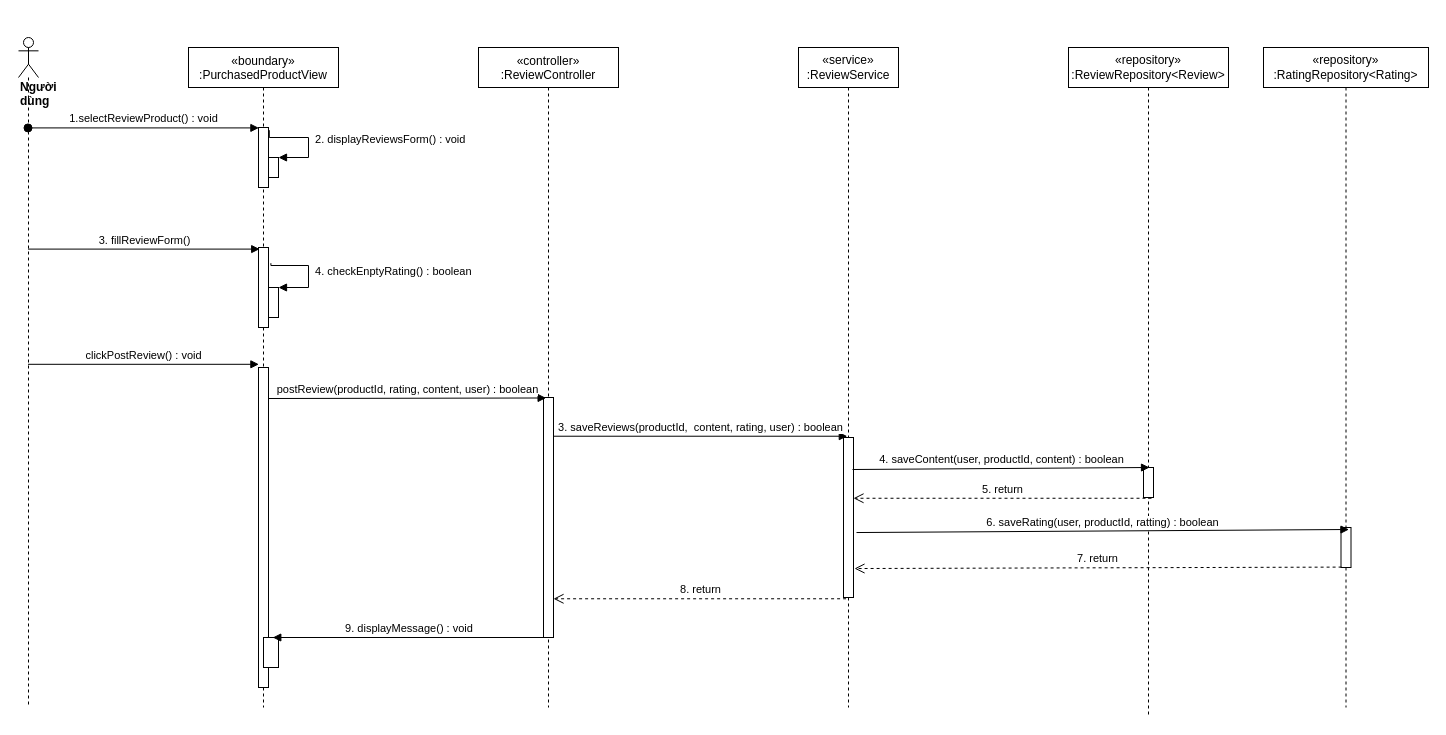
Before: sequence diagram/reviews-product-sequence.drawio in nguyenphamvan/datn_20202, a draw.io diagram. Source tidied: cells renumbered, new cells numbered last; positions are measured from the earlier drawing's top-left corner, leaving out a move shared by most shapes. Both pictures are drawn from the tidied source at 100%, with x=0, y=0 at pixel (18, 37).
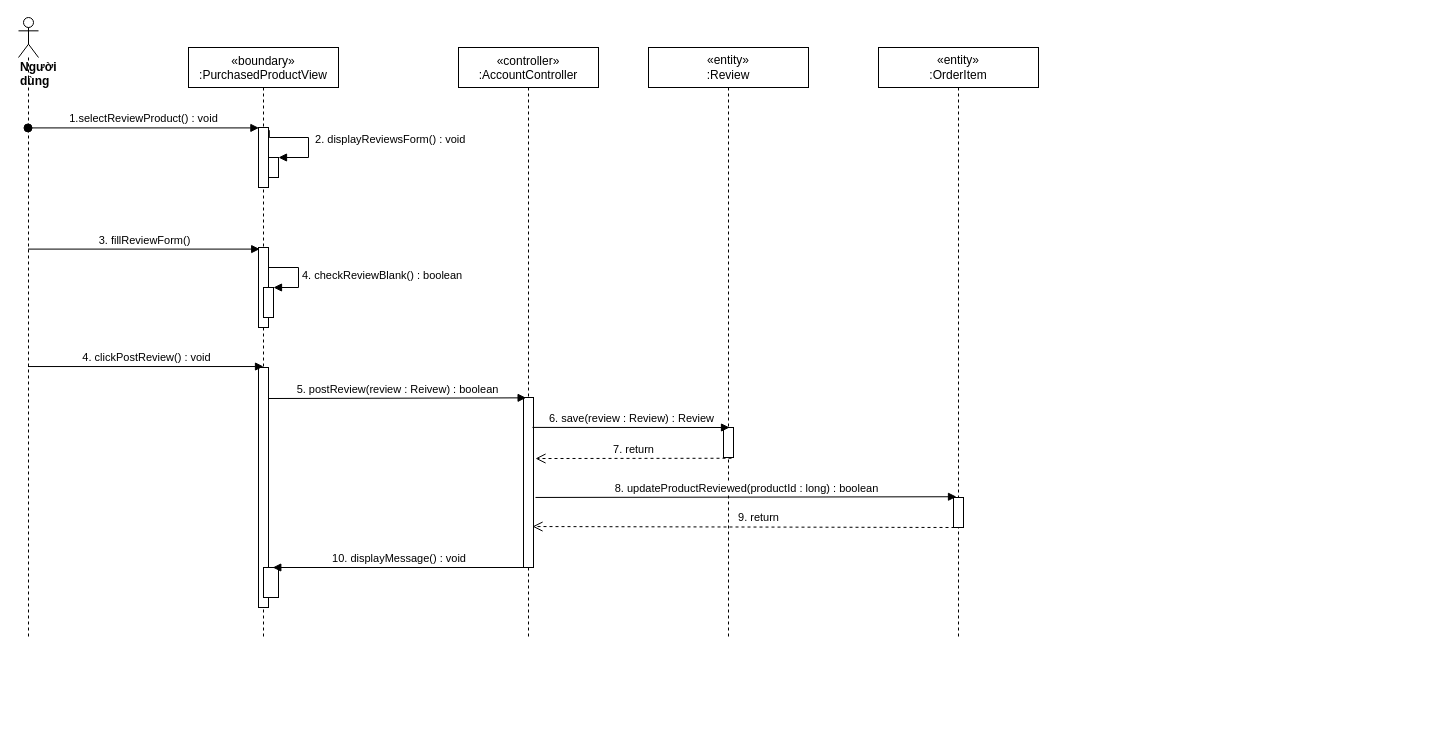
The same page after the edit.

Unchanged cells that the change refers to:
```xml
<mxCell id="6" style="html=1;points=[];perimeter=orthogonalPerimeter;" parent="2" vertex="1">
  <mxGeometry x="70" y="200" width="10" height="80" as="geometry" />
</mxCell>
```

Diff of the diagram source:
```diff
@@
     <mxCell id="2" value="«boundary»&#10;:PurchasedProductView" style="shape=umlLifeline;perimeter=lifelinePerimeter;rounded=0;shadow=0;strokeWidth=1;" parent="1" vertex="1">
-      <mxGeometry x="170" y="10" width="150" height="660" as="geometry" />
+      <mxGeometry x="170" y="10" width="150" height="590" as="geometry" />
     </mxCell>
@@
     <mxCell id="7" style="html=1;points=[];perimeter=orthogonalPerimeter;" parent="2" vertex="1">
-      <mxGeometry x="70" y="320" width="10" height="320" as="geometry" />
+      <mxGeometry x="70" y="320" width="10" height="240" as="geometry" />
     </mxCell>
     <mxCell id="8" style="html=1;points=[];perimeter=orthogonalPerimeter;" parent="2" vertex="1">
-      <mxGeometry x="75" y="590" width="15" height="30" as="geometry" />
+      <mxGeometry x="75" y="520" width="15" height="30" as="geometry" />
     </mxCell>
+    <mxCell id="31" style="html=1;points=[];perimeter=orthogonalPerimeter;" parent="2" vertex="1">
+      <mxGeometry x="75" y="240" width="10" height="30" as="geometry" />
+    </mxCell>
+    <mxCell id="32" value="4. checkReviewBlank() : boolean" style="edgeStyle=orthogonalEdgeStyle;html=1;align=left;spacingLeft=2;endArrow=block;rounded=0;entryX=1;entryY=0;" parent="2" edge="1" target="31">
+      <mxGeometry relative="1" as="geometry">
+        <mxPoint x="80" y="220" as="sourcePoint" />
+        <Array as="points">
+          <mxPoint x="110" y="220" />
+          <mxPoint x="110" y="240" />
+        </Array>
+      </mxGeometry>
+    </mxCell>
-    <mxCell id="9" value="«controller»&#10;:ReviewController" style="shape=umlLifeline;perimeter=lifelinePerimeter;rounded=0;shadow=0;strokeWidth=1;size=40;" parent="1" vertex="1">
-      <mxGeometry x="460" y="10" width="140" height="660" as="geometry" />
+    <mxCell id="9" value="«controller»&#10;:AccountController" style="shape=umlLifeline;perimeter=lifelinePerimeter;rounded=0;shadow=0;strokeWidth=1;size=40;" parent="1" vertex="1">
+      <mxGeometry x="440" y="10" width="140" height="590" as="geometry" />
     </mxCell>
     <mxCell id="10" style="points=[];perimeter=orthogonalPerimeter;rounded=0;shadow=0;strokeWidth=1;" parent="9" vertex="1">
-      <mxGeometry x="65" y="350" width="10" height="240" as="geometry" />
+      <mxGeometry x="65" y="350" width="10" height="170" as="geometry" />
     </mxCell>
     <mxCell id="11" value="&lt;div&gt;&lt;b&gt;Người dùng&lt;/b&gt;&lt;/div&gt;" style="shape=umlLifeline;participant=umlActor;perimeter=lifelinePerimeter;whiteSpace=wrap;html=1;verticalAlign=top;spacingTop=36;outlineConnect=0;align=left;" parent="1" vertex="1">
-      <mxGeometry width="20" height="670" as="geometry" />
+      <mxGeometry y="-20" width="20" height="620" as="geometry" />
     </mxCell>
-    <mxCell id="12" value="&lt;span&gt;«service»&lt;br&gt;&lt;/span&gt;:ReviewService" style="shape=umlLifeline;perimeter=lifelinePerimeter;whiteSpace=wrap;html=1;" parent="1" vertex="1">
-      <mxGeometry x="780" y="10" width="100" height="660" as="geometry" />
-    </mxCell>
-    <mxCell id="13" style="points=[];perimeter=orthogonalPerimeter;rounded=0;shadow=0;strokeWidth=1;" parent="12" vertex="1">
-      <mxGeometry x="45" y="390" width="10" height="160" as="geometry" />
-    </mxCell>
@@
-    <mxCell id="15" value="&lt;span&gt;«repository»&lt;br&gt;&lt;/span&gt;:ReviewRepository&amp;lt;Review&amp;gt;" style="shape=umlLifeline;perimeter=lifelinePerimeter;whiteSpace=wrap;html=1;" parent="1" vertex="1">
-      <mxGeometry x="1050" y="10" width="160" height="670" as="geometry" />
+    <mxCell id="15" value="&lt;span&gt;«entity»&lt;br&gt;&lt;/span&gt;:Review" style="shape=umlLifeline;perimeter=lifelinePerimeter;whiteSpace=wrap;html=1;" parent="1" vertex="1">
+      <mxGeometry x="630" y="10" width="160" height="590" as="geometry" />
     </mxCell>
     <mxCell id="16" style="points=[];perimeter=orthogonalPerimeter;rounded=0;shadow=0;strokeWidth=1;" parent="15" vertex="1">
-      <mxGeometry x="75" y="420" width="10" height="30" as="geometry" />
+      <mxGeometry x="75" y="380" width="10" height="30" as="geometry" />
     </mxCell>
-    <mxCell id="17" value="3. saveReviews(productId,&amp;nbsp; content, rating, user) : boolean" style="html=1;verticalAlign=bottom;endArrow=block;entryX=0.38;entryY=-0.008;entryDx=0;entryDy=0;entryPerimeter=0;" parent="1" edge="1" source="10" target="13">
-      <mxGeometry relative="1" as="geometry" />
-    </mxCell>
-    <mxCell id="18" value="8. return" style="html=1;verticalAlign=bottom;endArrow=open;dashed=1;endSize=8;exitX=0.26;exitY=1.008;exitDx=0;exitDy=0;exitPerimeter=0;" parent="1" edge="1" source="13" target="10">
-      <mxGeometry relative="1" as="geometry" />
-    </mxCell>
-    <mxCell id="19" value="4. saveContent(user, productId, content) : boolean" style="html=1;verticalAlign=bottom;endArrow=block;entryX=0.6;entryY=0;entryDx=0;entryDy=0;entryPerimeter=0;exitX=0.9;exitY=0.2;exitDx=0;exitDy=0;exitPerimeter=0;" parent="1" edge="1" source="13" target="16">
+    <mxCell id="19" value="6. save(review : Review) : Review" style="html=1;verticalAlign=bottom;endArrow=block;entryX=0.6;entryY=0;entryDx=0;entryDy=0;entryPerimeter=0;exitX=0.9;exitY=0.176;exitDx=0;exitDy=0;exitPerimeter=0;" parent="1" edge="1" source="10" target="16">
       <mxGeometry relative="1" as="geometry" />
     </mxCell>
-    <mxCell id="20" value="5. return" style="html=1;verticalAlign=bottom;endArrow=open;dashed=1;endSize=8;exitX=0.8;exitY=1.025;exitDx=0;exitDy=0;exitPerimeter=0;" parent="1" edge="1" source="16" target="13">
+    <mxCell id="20" value="7. return" style="html=1;verticalAlign=bottom;endArrow=open;dashed=1;endSize=8;exitX=0.8;exitY=1.025;exitDx=0;exitDy=0;exitPerimeter=0;entryX=1.2;entryY=0.359;entryDx=0;entryDy=0;entryPerimeter=0;" parent="1" edge="1" source="16" target="10">
       <mxGeometry relative="1" as="geometry" />
     </mxCell>
@@
-    <mxCell id="22" style="html=1;points=[];perimeter=orthogonalPerimeter;" parent="1" vertex="1">
-      <mxGeometry x="250" y="250" width="10" height="30" as="geometry" />
-    </mxCell>
-    <mxCell id="23" value="&amp;nbsp;4. checkEnptyRating() : boolean" style="edgeStyle=orthogonalEdgeStyle;html=1;align=left;spacingLeft=2;endArrow=block;rounded=0;entryX=1;entryY=0;exitX=1.24;exitY=0.196;exitDx=0;exitDy=0;exitPerimeter=0;" parent="1" edge="1" source="6" target="22">
-      <mxGeometry relative="1" as="geometry">
-        <Array as="points">
-          <mxPoint x="290" y="228" />
-          <mxPoint x="290" y="250" />
-        </Array>
-      </mxGeometry>
-    </mxCell>
-    <mxCell id="24" value="postReview(productId, rating, content, user) : boolean" style="html=1;verticalAlign=bottom;endArrow=block;entryX=0.26;entryY=0.002;entryDx=0;entryDy=0;entryPerimeter=0;" parent="1" edge="1" target="10">
+    <mxCell id="24" value="5. postReview(review : Reivew) : boolean" style="html=1;verticalAlign=bottom;endArrow=block;entryX=0.26;entryY=0.002;entryDx=0;entryDy=0;entryPerimeter=0;" parent="1" edge="1" target="10">
       <mxGeometry relative="1" as="geometry">
         <mxPoint x="250" y="361" as="sourcePoint" />
       </mxGeometry>
     </mxCell>
-    <mxCell id="25" value="clickPostReview() : void" style="html=1;verticalAlign=bottom;endArrow=block;entryX=0.04;entryY=-0.01;entryDx=0;entryDy=0;entryPerimeter=0;" parent="1" edge="1" source="11" target="7">
+    <mxCell id="25" value="4. clickPostReview() : void" style="html=1;verticalAlign=bottom;endArrow=block;entryX=0.5;entryY=-0.004;entryDx=0;entryDy=0;entryPerimeter=0;" parent="1" edge="1" source="11" target="7">
       <mxGeometry relative="1" as="geometry" />
     </mxCell>
-    <mxCell id="26" value="&lt;span&gt;«repository»&lt;br&gt;&lt;/span&gt;:RatingRepository&amp;lt;Rating&amp;gt;" style="shape=umlLifeline;perimeter=lifelinePerimeter;whiteSpace=wrap;html=1;" parent="1" vertex="1">
-      <mxGeometry x="1245" y="10" width="165" height="660" as="geometry" />
-    </mxCell>
-    <mxCell id="27" style="points=[];perimeter=orthogonalPerimeter;rounded=0;shadow=0;strokeWidth=1;" parent="26" vertex="1">
-      <mxGeometry x="77.5" y="480" width="10" height="40" as="geometry" />
-    </mxCell>
-    <mxCell id="28" value="6. saveRating(user, productId, ratting) : boolean" style="html=1;verticalAlign=bottom;endArrow=block;entryX=0.8;entryY=0.05;entryDx=0;entryDy=0;entryPerimeter=0;exitX=1.3;exitY=0.594;exitDx=0;exitDy=0;exitPerimeter=0;" parent="1" edge="1" source="13" target="27">
-      <mxGeometry relative="1" as="geometry" />
-    </mxCell>
-    <mxCell id="29" value="7. return" style="html=1;verticalAlign=bottom;endArrow=open;dashed=1;endSize=8;exitX=0.06;exitY=0.99;exitDx=0;exitDy=0;exitPerimeter=0;entryX=1.1;entryY=0.819;entryDx=0;entryDy=0;entryPerimeter=0;" parent="1" edge="1" source="27" target="13">
-      <mxGeometry relative="1" as="geometry" />
-    </mxCell>
-    <mxCell id="30" value="9. displayMessage() : void" style="verticalAlign=bottom;endArrow=block;shadow=0;strokeWidth=1;exitX=0.3;exitY=1;exitDx=0;exitDy=0;exitPerimeter=0;entryX=0.62;entryY=0;entryDx=0;entryDy=0;entryPerimeter=0;" parent="1" edge="1" source="10" target="8">
+    <mxCell id="30" value="10. displayMessage() : void" style="verticalAlign=bottom;endArrow=block;shadow=0;strokeWidth=1;exitX=0.3;exitY=1;exitDx=0;exitDy=0;exitPerimeter=0;entryX=0.62;entryY=0;entryDx=0;entryDy=0;entryPerimeter=0;" parent="1" edge="1" source="10" target="8">
       <mxGeometry relative="1" as="geometry" />
     </mxCell>
+    <mxCell id="33" value="&lt;span&gt;«entity»&lt;br&gt;&lt;/span&gt;:OrderItem" style="shape=umlLifeline;perimeter=lifelinePerimeter;whiteSpace=wrap;html=1;" parent="1" vertex="1">
+      <mxGeometry x="860" y="10" width="160" height="590" as="geometry" />
+    </mxCell>
+    <mxCell id="34" style="points=[];perimeter=orthogonalPerimeter;rounded=0;shadow=0;strokeWidth=1;" parent="33" vertex="1">
+      <mxGeometry x="75" y="450" width="10" height="30" as="geometry" />
+    </mxCell>
+    <mxCell id="35" value="8. updateProductReviewed(productId : long) : boolean" style="html=1;verticalAlign=bottom;endArrow=block;exitX=1.2;exitY=0.588;exitDx=0;exitDy=0;exitPerimeter=0;entryX=0.3;entryY=-0.025;entryDx=0;entryDy=0;entryPerimeter=0;" parent="1" edge="1" source="10" target="34">
+      <mxGeometry relative="1" as="geometry" />
+    </mxCell>
+    <mxCell id="36" value="9. return" style="html=1;verticalAlign=bottom;endArrow=open;dashed=1;endSize=8;exitX=0.1;exitY=1;exitDx=0;exitDy=0;exitPerimeter=0;entryX=0.9;entryY=0.759;entryDx=0;entryDy=0;entryPerimeter=0;" parent="1" edge="1" source="34" target="10">
+      <mxGeometry x="-0.07" y="-1" relative="1" as="geometry" />
+    </mxCell>
```
